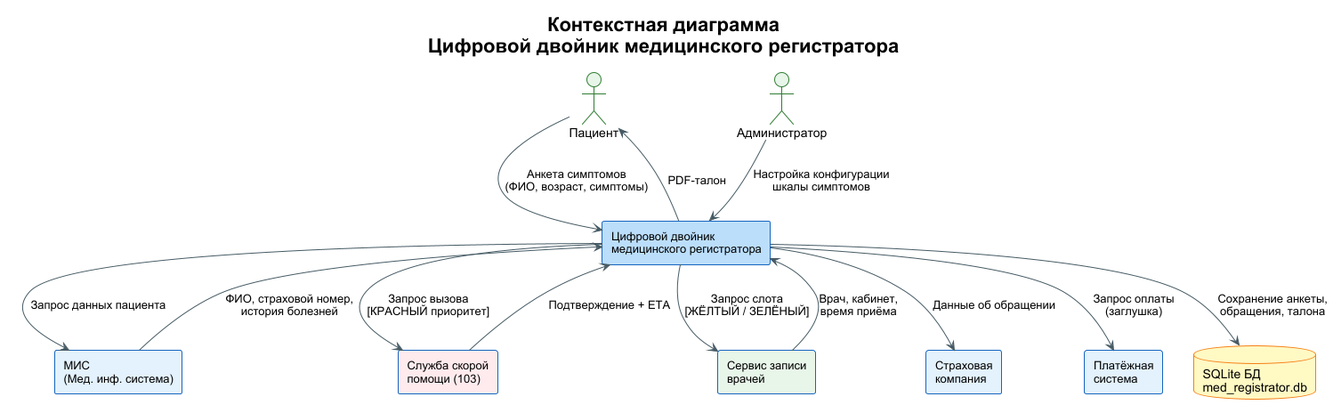
Earlier version of the PlantUML export docs/diagrams/context.png (Titan0zxc/med_registrator).
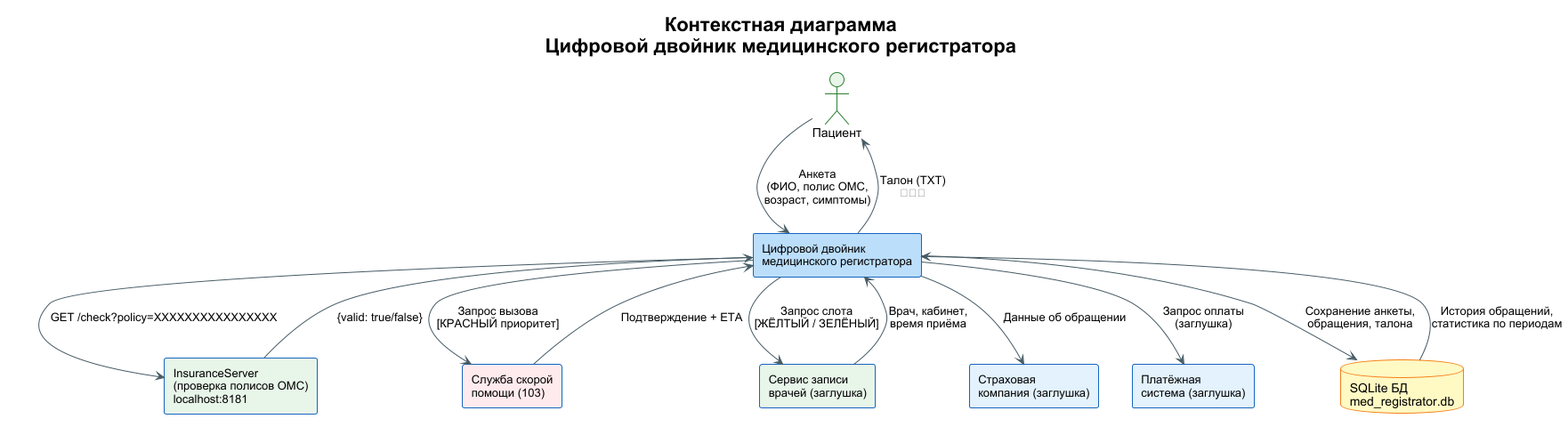
Later version of the same file.

What changed in the source:
```diff
@@ -19,25 +19,22 @@
 title Контекстная диаграмма\nЦифровой двойник медицинского регистратора
 
 actor "Пациент" as P
-actor "Администратор" as A
 
 rectangle "Цифровой двойник\nмедицинского регистратора" as SYS #BBDEFB
 
-rectangle "МИС\n(Мед. инф. система)" as MIS
+rectangle "InsuranceServer\n(проверка полисов ОМС)\nlocalhost:8181" as INS_SRV #E8F5E9
 rectangle "Служба скорой\nпомощи (103)" as EMG #FFEBEE
-rectangle "Сервис записи\nврачей" as SCH #E8F5E9
-rectangle "Страховая\nкомпания" as INS
-rectangle "Платёжная\nсистема" as PAY
+rectangle "Сервис записи\nврачей (заглушка)" as SCH #E8F5E9
+rectangle "Страховая\nкомпания (заглушка)" as INS
+rectangle "Платёжная\nсистема (заглушка)" as PAY
 
 database "SQLite БД\nmed_registrator.db" as DB #FFF9C4
 
-P --> SYS : Анкета симптомов\n(ФИО, возраст, симптомы)
-SYS --> P : PDF-талон
+P --> SYS : Анкета\n(ФИО, полис ОМС,\nвозраст, симптомы)
+SYS --> P : Талон (TXT)\n🔴🟡🟢
 
-A --> SYS : Настройка конфигурации\nшкалы симптомов
-
-SYS --> MIS : Запрос данных пациента
-MIS --> SYS : ФИО, страховой номер,\nистория болезней
+SYS --> INS_SRV : GET /check?policy=XXXXXXXXXXXXXXXX
+INS_SRV --> SYS : {valid: true/false}
 
 SYS --> EMG : Запрос вызова\n[КРАСНЫЙ приоритет]
 EMG --> SYS : Подтверждение + ETA
@@ -49,4 +46,5 @@
 SYS --> PAY : Запрос оплаты\n(заглушка)
 
 SYS --> DB : Сохранение анкеты,\nобращения, талона
+DB --> SYS : История обращений,\nстатистика по периодам
 @enduml
```
